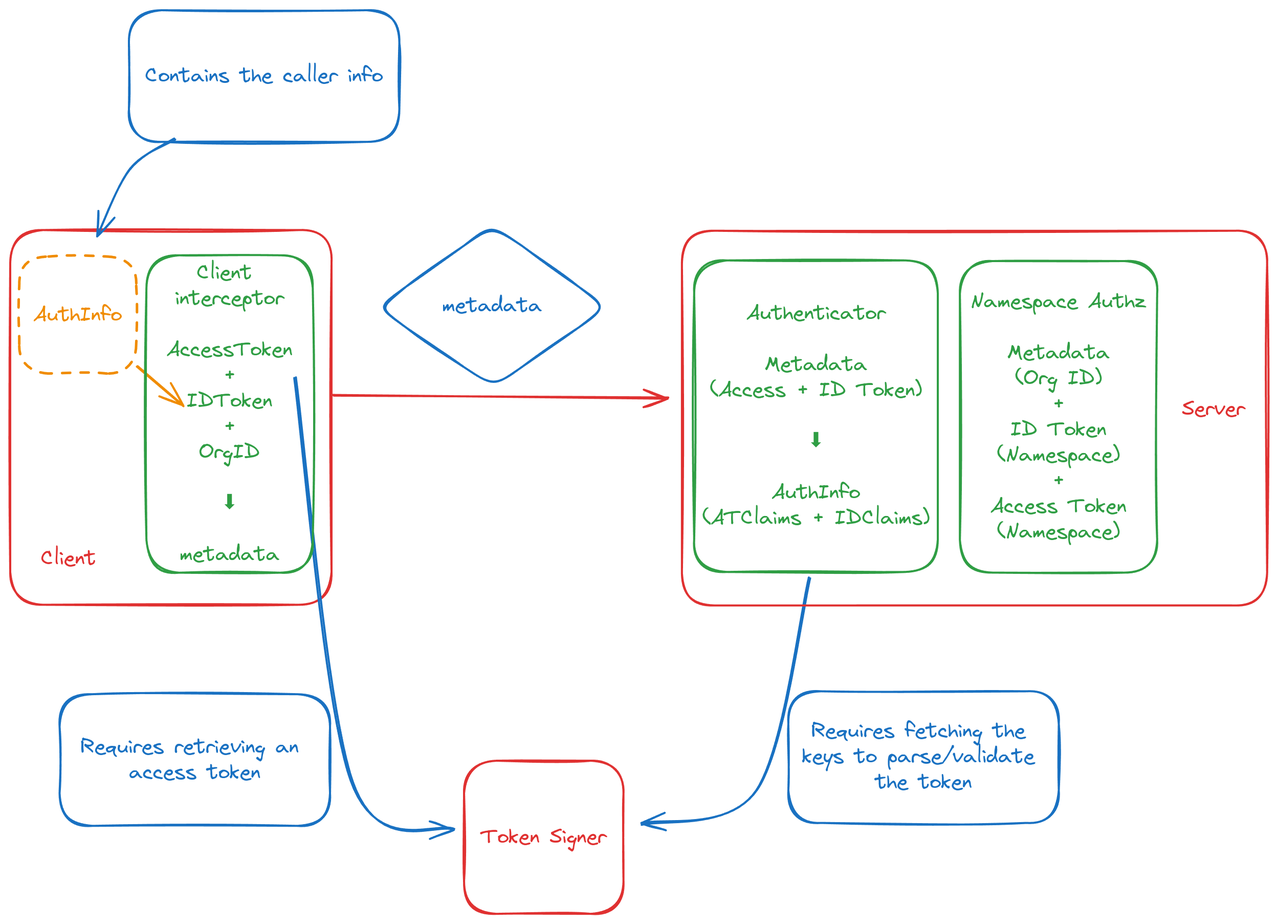
Above: assets/remote.png in grafana/authlib (Excalidraw), before the change. Source tidied: one line per element, renumbered; positions are measured from the earlier drawing's top-left corner, leaving out a move shared by most shapes.
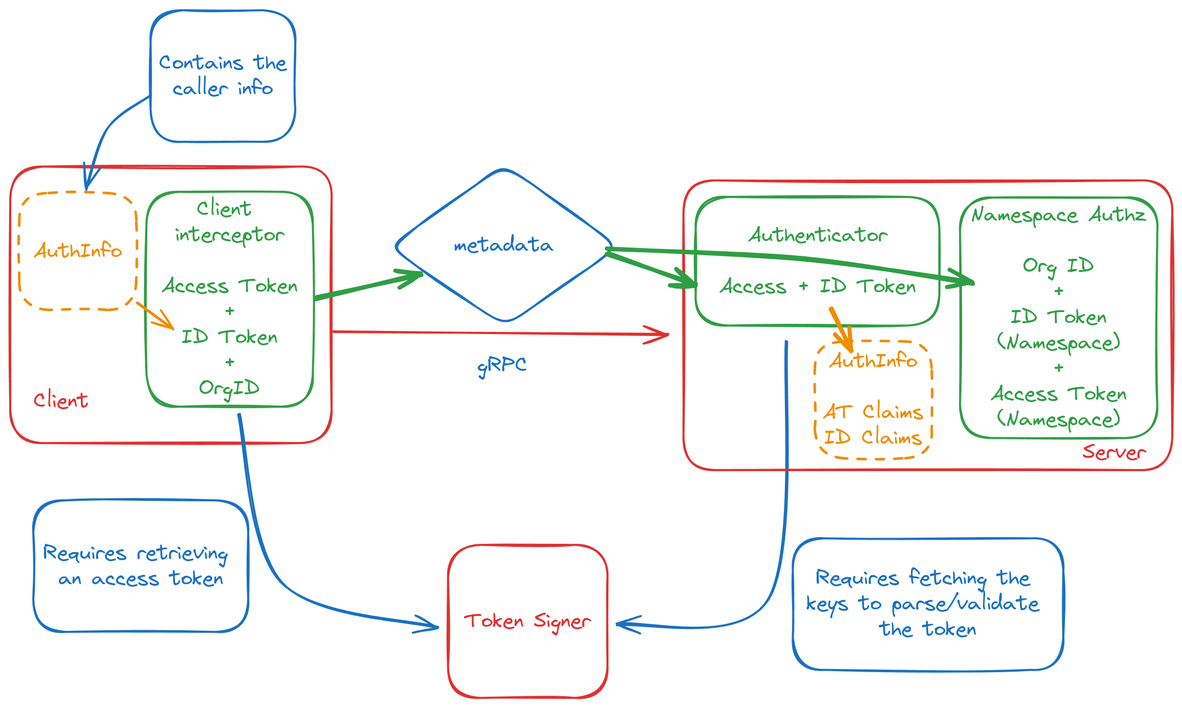
Later version of the same file.

Diff of the diagram source:
```diff
@@ -1,27 +1,34 @@
+{"id": 5, "type": "rectangle", "strokeColor": "#e03131", "strokeWidth": 2, "roughness": 1, "round": true, "x": 0, "y": 215, "width": 314, "height": 270}
+{"id": 20, "type": "rectangle", "strokeColor": "#2f9e44", "strokeWidth": 2, "roughness": 1, "round": true, "x": 133, "y": 239, "width": 163, "height": 210}
+{"id": 21, "type": "text", "text": "Client \ninterceptor\n\nAccess Token\n+\nID Token\n+\nOrgID", "strokeColor": "#2f9e44", "strokeWidth": 2, "roughness": 1, "fontSize": 20, "fontFamily": 1, "textAlign": "center", "verticalAlign": "middle", "inside": 20, "x": 148, "y": 244, "width": 133, "height": 200}
-{"id": 0, "type": "arrow", "strokeColor": "#1971c2", "strokeWidth": 2, "roughness": 1, "endArrowhead": "arrow", "round": true, "from": 14, "to": 3, "x": 781, "y": 554, "width": 165, "height": 240, "points": [[0, 0], [-51, 208], [-165, 240]]}
+{"id": 0, "type": "arrow", "strokeColor": "#1971c2", "strokeWidth": 2, "roughness": 1, "endArrowhead": "arrow", "round": true, "from": 33, "to": 3, "x": 759, "y": 385, "width": 167, "height": 277, "points": [[0, 0], [-17, 253], [-167, 277]]}
-{"id": 1, "type": "rectangle", "strokeColor": "#1971c2", "strokeWidth": 2, "roughness": 1, "round": true, "x": 760, "y": 665, "width": 264, "height": 129}
+{"id": 1, "type": "rectangle", "strokeColor": "#1971c2", "strokeWidth": 2, "roughness": 1, "round": true, "x": 765, "y": 578, "width": 264, "height": 129}
-{"id": 2, "type": "text", "text": "Requires fetching the \nkeys to parse/validate \nthe token", "strokeColor": "#1971c2", "strokeWidth": 2, "roughness": 1, "fontSize": 20, "fontFamily": 1, "textAlign": "center", "verticalAlign": "middle", "inside": 1, "x": 774, "y": 692, "width": 237, "height": 75}
+{"id": 2, "type": "text", "text": "Requires fetching the \nkeys to parse/validate \nthe token", "strokeColor": "#1971c2", "strokeWidth": 2, "roughness": 1, "fontSize": 20, "fontFamily": 1, "textAlign": "center", "verticalAlign": "middle", "inside": 1, "x": 778, "y": 605, "width": 237, "height": 75}
-{"id": 3, "type": "rectangle", "strokeColor": "#e03131", "strokeWidth": 2, "roughness": 1, "round": true, "x": 444, "y": 733, "width": 156, "height": 150}
+{"id": 3, "type": "rectangle", "strokeColor": "#e03131", "strokeWidth": 2, "roughness": 1, "round": true, "x": 428, "y": 584, "width": 156, "height": 150}
-{"id": 4, "type": "text", "text": "Token Signer", "strokeColor": "#e03131", "strokeWidth": 2, "roughness": 1, "fontSize": 20, "fontFamily": 1, "textAlign": "center", "verticalAlign": "middle", "inside": 3, "x": 458, "y": 795, "width": 126, "height": 25}
+{"id": 4, "type": "text", "text": "Token Signer", "strokeColor": "#e03131", "strokeWidth": 2, "roughness": 1, "fontSize": 20, "fontFamily": 1, "textAlign": "center", "verticalAlign": "middle", "inside": 3, "x": 443, "y": 647, "width": 126, "height": 25}
-{"id": 5, "type": "rectangle", "strokeColor": "#e03131", "strokeWidth": 2, "roughness": 1, "round": true, "x": 0, "y": 215, "width": 314, "height": 366}
 {"id": 6, "type": "rectangle", "strokeColor": "#f08c00", "strokeWidth": 2, "strokeStyle": "dashed", "roughness": 1, "round": true, "x": 9, "y": 241, "width": 114, "height": 114}
 {"id": 7, "type": "text", "text": "AuthInfo", "strokeColor": "#f08c00", "strokeWidth": 2, "strokeStyle": "dashed", "roughness": 1, "fontSize": 20, "fontFamily": 1, "textAlign": "center", "verticalAlign": "middle", "inside": 6, "x": 22, "y": 285, "width": 88, "height": 25}
-{"id": 8, "type": "arrow", "strokeColor": "#f08c00", "strokeWidth": 2, "roughness": 1, "endArrowhead": "arrow", "round": true, "from": 6, "x": 124, "y": 348, "width": 45, "height": 39, "points": [[0, 0], [45, 39]]}
+{"id": 8, "type": "arrow", "strokeColor": "#f08c00", "strokeWidth": 2, "roughness": 1, "endArrowhead": "arrow", "round": true, "from": 6, "to": 20, "x": 124, "y": 348, "width": 35, "height": 26, "points": [[0, 0], [35, 26]]}
 {"id": 9, "type": "arrow", "strokeColor": "#e03131", "strokeWidth": 2, "roughness": 1, "endArrowhead": "arrow", "round": true, "x": 316, "y": 376, "width": 327, "height": 3, "points": [[0, 0], [327, 3]]}
-{"id": 10, "type": "diamond", "strokeColor": "#1971c2", "strokeWidth": 2, "roughness": 1, "round": true, "x": 359, "y": 210, "width": 225, "height": 159}
+{"id": 10, "type": "diamond", "strokeColor": "#1971c2", "strokeWidth": 2, "roughness": 1, "round": true, "x": 370, "y": 213, "width": 225, "height": 159}
-{"id": 11, "type": "text", "text": "metadata", "strokeColor": "#1971c2", "strokeWidth": 2, "roughness": 1, "fontSize": 20, "fontFamily": 1, "textAlign": "center", "verticalAlign": "middle", "inside": 10, "x": 422, "y": 277, "width": 98, "height": 25}
+{"id": 11, "type": "text", "text": "metadata", "strokeColor": "#1971c2", "strokeWidth": 2, "roughness": 1, "fontSize": 20, "fontFamily": 1, "textAlign": "center", "verticalAlign": "middle", "inside": 10, "x": 433, "y": 279, "width": 98, "height": 25}
-{"id": 12, "type": "text", "text": "Client", "strokeColor": "#e03131", "strokeWidth": 2, "roughness": 1, "fontSize": 20, "fontFamily": 1, "x": 30, "y": 523, "width": 54, "height": 25}
+{"id": 12, "type": "text", "text": "Client", "strokeColor": "#e03131", "strokeWidth": 2, "roughness": 1, "fontSize": 20, "fontFamily": 1, "x": 23, "y": 432, "width": 54, "height": 25}
-{"id": 13, "type": "rectangle", "strokeColor": "#e03131", "strokeWidth": 2, "roughness": 1, "round": true, "x": 656, "y": 215, "width": 572, "height": 366}
+{"id": 13, "type": "rectangle", "strokeColor": "#e03131", "strokeWidth": 2, "roughness": 1, "round": true, "x": 658, "y": 228, "width": 478, "height": 283}
-{"id": 14, "type": "rectangle", "strokeColor": "#2f9e44", "strokeWidth": 2, "roughness": 1, "round": true, "x": 668, "y": 244, "width": 238, "height": 304}
+{"id": 14, "type": "rectangle", "strokeColor": "#2f9e44", "strokeWidth": 2, "roughness": 1, "round": true, "x": 670, "y": 244, "width": 238, "height": 126}
-{"id": 15, "type": "text", "text": "Authenticator\n\nMetadata\n(Access + ID Token)\n\n⬇\n\nAuthInfo\n(ATClaims + IDClaims)", "strokeColor": "#2f9e44", "strokeWidth": 2, "roughness": 1, "fontSize": 20, "fontFamily": 1, "textAlign": "center", "verticalAlign": "middle", "inside": 14, "x": 676, "y": 284, "width": 222, "height": 225}
+{"id": 15, "type": "text", "text": "Authenticator\n\nAccess + ID Token", "strokeColor": "#2f9e44", "strokeWidth": 2, "roughness": 1, "fontSize": 20, "fontFamily": 1, "textAlign": "center", "verticalAlign": "middle", "inside": 14, "x": 693, "y": 270, "width": 192, "height": 75}
-{"id": 16, "type": "text", "text": "Server", "strokeColor": "#e03131", "strokeWidth": 2, "roughness": 1, "fontSize": 20, "fontFamily": 1, "x": 1145, "y": 378, "width": 63, "height": 25}
+{"id": 16, "type": "text", "text": "Server", "strokeColor": "#e03131", "strokeWidth": 2, "roughness": 1, "fontSize": 20, "fontFamily": 1, "x": 1048, "y": 482, "width": 63, "height": 25}
-{"id": 17, "type": "rectangle", "strokeColor": "#2f9e44", "strokeWidth": 2, "roughness": 1, "round": true, "x": 928, "y": 245, "width": 193, "height": 304}
+{"id": 17, "type": "rectangle", "strokeColor": "#2f9e44", "strokeWidth": 2, "roughness": 1, "round": true, "x": 928, "y": 245, "width": 193, "height": 235}
-{"id": 18, "type": "text", "text": "Namespace Authz\n\nMetadata\n(Org ID)\n+\nID Token\n(Namespace)\n+\nAccess Token\n(Namespace)", "strokeColor": "#2f9e44", "strokeWidth": 2, "roughness": 1, "fontSize": 20, "fontFamily": 1, "textAlign": "center", "verticalAlign": "middle", "inside": 17, "x": 938, "y": 272, "width": 173, "height": 250}
+{"id": 18, "type": "text", "text": "Namespace Authz\n\nOrg ID\n+\nID Token\n(Namespace)\n+\nAccess Token\n(Namespace)", "strokeColor": "#2f9e44", "strokeWidth": 2, "roughness": 1, "fontSize": 20, "fontFamily": 1, "textAlign": "center", "verticalAlign": "middle", "inside": 17, "x": 938, "y": 250, "width": 173, "height": 225}
-{"id": 19, "type": "arrow", "strokeColor": "#1971c2", "strokeWidth": 2, "roughness": 1, "endArrowhead": "arrow", "round": true, "from": 20, "to": 3, "x": 279, "y": 358, "width": 155, "height": 442, "points": [[0, 0], [55, 394], [155, 442]]}
+{"id": 19, "type": "arrow", "strokeColor": "#1971c2", "strokeWidth": 2, "roughness": 1, "endArrowhead": "arrow", "round": true, "from": 20, "to": 3, "x": 224, "y": 456, "width": 194, "height": 209, "points": [[0, 0], [41, 165], [194, 209]]}
-{"id": 20, "type": "rectangle", "strokeColor": "#2f9e44", "strokeWidth": 2, "roughness": 1, "round": true, "x": 133, "y": 239, "width": 163, "height": 310}
-{"id": 21, "type": "text", "text": "Client \ninterceptor\n\nAccessToken\n+\nIDToken\n+\nOrgID\n\n ⬇ \n\nmetadata", "strokeColor": "#2f9e44", "strokeWidth": 2, "roughness": 1, "fontSize": 20, "fontFamily": 1, "textAlign": "center", "verticalAlign": "middle", "inside": 20, "x": 153, "y": 244, "width": 123, "height": 300}
-{"id": 22, "type": "rectangle", "strokeColor": "#1971c2", "strokeWidth": 2, "roughness": 1, "round": true, "x": 48, "y": 668, "width": 264, "height": 129}
+{"id": 22, "type": "rectangle", "strokeColor": "#1971c2", "strokeWidth": 2, "roughness": 1, "round": true, "x": 23, "y": 541, "width": 210, "height": 129}
-{"id": 23, "type": "text", "text": "Requires retrieving an \naccess token", "strokeColor": "#1971c2", "strokeWidth": 2, "roughness": 1, "fontSize": 20, "fontFamily": 1, "textAlign": "center", "verticalAlign": "middle", "inside": 22, "x": 69, "y": 707, "width": 223, "height": 50}
+{"id": 23, "type": "text", "text": "Requires retrieving \nan access token", "strokeColor": "#1971c2", "strokeWidth": 2, "roughness": 1, "fontSize": 20, "fontFamily": 1, "textAlign": "center", "verticalAlign": "middle", "inside": 22, "x": 32, "y": 580, "width": 191, "height": 50}
-{"id": 24, "type": "arrow", "strokeColor": "#1971c2", "strokeWidth": 2, "roughness": 1, "endArrowhead": "arrow", "round": true, "from": 25, "x": 160, "y": 126, "width": 75, "height": 94, "points": [[0, 0], [-43, 28], [-75, 94]]}
-{"id": 25, "type": "rectangle", "strokeColor": "#1971c2", "strokeWidth": 2, "roughness": 1, "round": true, "x": 116, "y": 0, "width": 264, "height": 129}
+{"id": 27, "type": "arrow", "strokeColor": "#2f9e44", "strokeWidth": 4, "roughness": 1, "endArrowhead": "arrow", "round": true, "from": 20, "to": 10, "x": 300, "y": 343, "width": 102, "height": 24, "points": [[0, 0], [102, -24]]}
+{"id": 28, "type": "arrow", "strokeColor": "#2f9e44", "strokeWidth": 4, "roughness": 1, "endArrowhead": "arrow", "round": true, "from": 10, "to": 14, "x": 584, "y": 301, "width": 85, "height": 29, "points": [[0, 0], [85, 29]]}
+{"id": 29, "type": "arrow", "strokeColor": "#2f9e44", "strokeWidth": 4, "roughness": 1, "endArrowhead": "arrow", "round": true, "from": 10, "to": 17, "x": 585, "y": 294, "width": 356, "height": 34, "points": [[0, 0], [189, 11], [356, 34]]}
+{"id": 30, "type": "text", "text": "gRPC", "strokeColor": "#1971c2", "strokeWidth": 4, "roughness": 1, "fontSize": 20, "fontFamily": 1, "x": 457, "y": 397, "width": 50, "height": 25}
+{"id": 31, "type": "arrow", "strokeColor": "#1971c2", "strokeWidth": 2, "roughness": 1, "endArrowhead": "arrow", "round": true, "from": 32, "x": 136, "y": 146, "width": 63, "height": 91, "points": [[0, 0], [-41, 32], [-63, 91]]}
+{"id": 32, "type": "rectangle", "strokeColor": "#1971c2", "strokeWidth": 2, "roughness": 1, "round": true, "x": 137, "y": 62, "width": 141, "height": 129}
-{"id": 26, "type": "text", "text": "Contains the caller info", "strokeColor": "#1971c2", "strokeWidth": 2, "roughness": 1, "fontSize": 20, "fontFamily": 1, "textAlign": "center", "verticalAlign": "middle", "inside": 25, "x": 131, "y": 52, "width": 234, "height": 25}
+{"id": 26, "type": "text", "text": "Contains the\ncaller info", "strokeColor": "#1971c2", "strokeWidth": 2, "roughness": 1, "fontSize": 20, "fontFamily": 1, "textAlign": "center", "verticalAlign": "middle", "inside": 32, "x": 145, "y": 101, "width": 126, "height": 50}
+{"id": 33, "type": "rectangle", "strokeColor": "#f08c00", "strokeWidth": 2, "strokeStyle": "dashed", "roughness": 1, "round": true, "x": 786, "y": 386, "width": 114, "height": 114}
+{"id": 34, "type": "text", "text": "AuthInfo\n\nAT Claims\nID Claims", "strokeColor": "#f08c00", "strokeWidth": 2, "strokeStyle": "dashed", "roughness": 1, "fontSize": 20, "fontFamily": 1, "textAlign": "center", "verticalAlign": "middle", "inside": 33, "x": 794, "y": 393, "width": 99, "height": 100}
+{"id": 35, "type": "arrow", "strokeColor": "#f08c00", "strokeWidth": 4, "roughness": 1, "endArrowhead": "arrow", "round": true, "from": 14, "to": 33, "x": 802, "y": 354, "width": 20, "height": 41, "points": [[0, 0], [20, 41]]}
```
